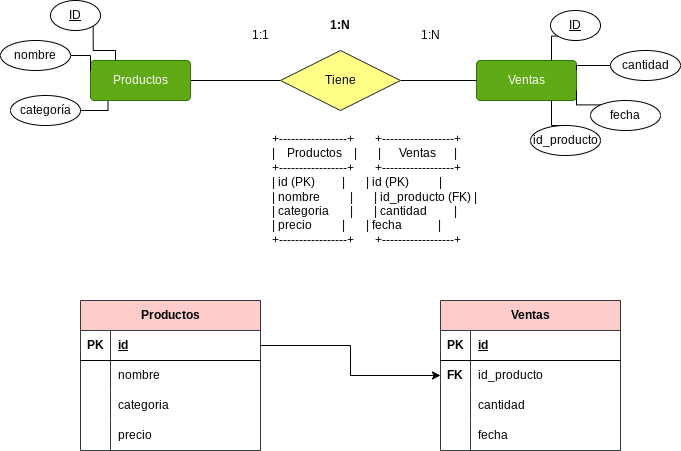
This is Unidad-4/Tareas/Tarea-4/img/productos-ventas.drawio.png from mdiogc/base-datos, a draw.io export, as it was before one commit. Source tidied: cells renumbered, new cells last; positions are measured from the earlier drawing's top-left corner, leaving out a move shared by most shapes. Source of this version:
```xml
<mxGraphModel>
  <root>
    <mxCell id="0" />
    <mxCell id="1" parent="0" />
    <mxCell id="2" value="Ventas" style="rounded=1;arcSize=10;whiteSpace=wrap;html=1;align=center;fillColor=#60a917;fontColor=#ffffff;strokeColor=#2D7600;" parent="1" vertex="1">
      <mxGeometry x="476" y="60" width="100" height="40" as="geometry" />
    </mxCell>
    <mxCell id="3" style="edgeStyle=orthogonalEdgeStyle;rounded=0;jettySize=auto;html=1;exitX=1;exitY=0.5;exitDx=0;exitDy=0;entryX=0;entryY=0.5;entryDx=0;entryDy=0;endArrow=none;endFill=0;" parent="1" edge="1" source="4" target="6">
      <mxGeometry relative="1" as="geometry" />
    </mxCell>
    <mxCell id="4" value="Productos" style="rounded=1;arcSize=10;whiteSpace=wrap;html=1;align=center;fillColor=#60a917;fontColor=#ffffff;strokeColor=#2D7600;" parent="1" vertex="1">
      <mxGeometry x="90" y="60" width="100" height="40" as="geometry" />
    </mxCell>
    <mxCell id="5" style="edgeStyle=orthogonalEdgeStyle;rounded=0;jettySize=auto;html=1;exitX=1;exitY=0.5;exitDx=0;exitDy=0;endArrow=none;endFill=0;" parent="1" edge="1" source="6" target="2">
      <mxGeometry relative="1" as="geometry" />
    </mxCell>
    <mxCell id="6" value="Tiene" style="shape=rhombus;perimeter=rhombusPerimeter;whiteSpace=wrap;html=1;align=center;fillColor=#ffff88;strokeColor=#36393d;" parent="1" vertex="1">
      <mxGeometry x="280" y="50" width="120" height="60" as="geometry" />
    </mxCell>
    <mxCell id="7" style="edgeStyle=orthogonalEdgeStyle;rounded=0;jettySize=auto;html=1;exitX=0;exitY=1;exitDx=0;exitDy=0;entryX=0.75;entryY=0;entryDx=0;entryDy=0;endArrow=none;endFill=0;" parent="1" edge="1" source="8" target="2">
      <mxGeometry relative="1" as="geometry" />
    </mxCell>
    <mxCell id="8" value="&lt;u&gt;ID&lt;/u&gt;" style="ellipse;whiteSpace=wrap;html=1;align=center;" parent="1" vertex="1">
      <mxGeometry x="550" y="10" width="50" height="30" as="geometry" />
    </mxCell>
    <mxCell id="9" value="categoría" style="ellipse;whiteSpace=wrap;html=1;align=center;" parent="1" vertex="1">
      <mxGeometry x="10" y="95" width="70" height="30" as="geometry" />
    </mxCell>
    <mxCell id="10" style="edgeStyle=orthogonalEdgeStyle;rounded=0;jettySize=auto;html=1;exitX=1;exitY=0.5;exitDx=0;exitDy=0;entryX=0;entryY=0.25;entryDx=0;entryDy=0;endArrow=none;endFill=0;" parent="1" edge="1" source="11" target="4">
      <mxGeometry relative="1" as="geometry" />
    </mxCell>
    <mxCell id="11" value="nombre" style="ellipse;whiteSpace=wrap;html=1;align=center;" parent="1" vertex="1">
      <mxGeometry y="40" width="70" height="30" as="geometry" />
    </mxCell>
    <mxCell id="12" style="edgeStyle=orthogonalEdgeStyle;rounded=0;jettySize=auto;html=1;exitX=0;exitY=0.5;exitDx=0;exitDy=0;entryX=1;entryY=0.25;entryDx=0;entryDy=0;endArrow=none;endFill=0;" parent="1" edge="1" source="13" target="2">
      <mxGeometry relative="1" as="geometry" />
    </mxCell>
    <mxCell id="13" value="cantidad" style="ellipse;whiteSpace=wrap;html=1;align=center;" parent="1" vertex="1">
      <mxGeometry x="610" y="50" width="70" height="30" as="geometry" />
    </mxCell>
    <mxCell id="14" style="edgeStyle=orthogonalEdgeStyle;rounded=0;jettySize=auto;html=1;exitX=0;exitY=0;exitDx=0;exitDy=0;entryX=1;entryY=0.75;entryDx=0;entryDy=0;endArrow=none;endFill=0;" parent="1" edge="1" source="15" target="2">
      <mxGeometry relative="1" as="geometry" />
    </mxCell>
    <mxCell id="15" value="fecha" style="ellipse;whiteSpace=wrap;html=1;align=center;" parent="1" vertex="1">
      <mxGeometry x="590" y="100" width="70" height="30" as="geometry" />
    </mxCell>
    <mxCell id="16" style="edgeStyle=orthogonalEdgeStyle;rounded=0;jettySize=auto;html=1;exitX=1;exitY=1;exitDx=0;exitDy=0;entryX=0.25;entryY=0;entryDx=0;entryDy=0;endArrow=none;endFill=0;" parent="1" edge="1" source="17" target="4">
      <mxGeometry relative="1" as="geometry" />
    </mxCell>
    <mxCell id="17" value="&lt;u&gt;ID&lt;/u&gt;" style="ellipse;whiteSpace=wrap;html=1;align=center;" parent="1" vertex="1">
      <mxGeometry x="50" width="50" height="30" as="geometry" />
    </mxCell>
    <mxCell id="18" style="edgeStyle=orthogonalEdgeStyle;rounded=0;jettySize=auto;html=1;exitX=0.5;exitY=0;exitDx=0;exitDy=0;entryX=0.75;entryY=1;entryDx=0;entryDy=0;endArrow=none;endFill=0;" parent="1" edge="1" source="19" target="2">
      <mxGeometry relative="1" as="geometry" />
    </mxCell>
    <mxCell id="19" value="id_producto" style="ellipse;whiteSpace=wrap;html=1;align=center;" parent="1" vertex="1">
      <mxGeometry x="530" y="125" width="70" height="30" as="geometry" />
    </mxCell>
    <mxCell id="20" style="edgeStyle=orthogonalEdgeStyle;rounded=0;jettySize=auto;html=1;exitX=1;exitY=0.5;exitDx=0;exitDy=0;entryX=0.175;entryY=1.021;entryDx=0;entryDy=0;entryPerimeter=0;endArrow=none;endFill=0;" parent="1" edge="1" source="9" target="4">
      <mxGeometry relative="1" as="geometry" />
    </mxCell>
    <mxCell id="21" value="1:N" style="text;html=1;strokeColor=none;fillColor=none;align=center;verticalAlign=middle;whiteSpace=wrap;rounded=0;" parent="1" vertex="1">
      <mxGeometry x="400" y="20" width="60" height="30" as="geometry" />
    </mxCell>
    <mxCell id="22" value="1:1" style="text;html=1;strokeColor=none;fillColor=none;align=center;verticalAlign=middle;whiteSpace=wrap;rounded=0;" parent="1" vertex="1">
      <mxGeometry x="230" y="20" width="60" height="30" as="geometry" />
    </mxCell>
    <mxCell id="23" value="&lt;b&gt;1:N&lt;/b&gt;" style="text;html=1;strokeColor=none;fillColor=none;align=center;verticalAlign=middle;whiteSpace=wrap;rounded=0;" parent="1" vertex="1">
      <mxGeometry x="310" y="10" width="60" height="30" as="geometry" />
    </mxCell>
    <mxCell id="24" value="+-----------------+       +------------------+&#10;|    Productos    |       |      Ventas      |&#10;+-----------------+       +------------------+&#10;| id (PK)         |       | id (PK)          |&#10;| nombre          |       | id_producto (FK) |&#10;| categoria       |       | cantidad         |&#10;| precio          |       | fecha            |&#10;+-----------------+       +------------------+" style="text;whiteSpace=wrap;" parent="1" vertex="1">
      <mxGeometry x="270" y="125" width="320" height="230" as="geometry" />
    </mxCell>
    <mxCell id="25" value="Productos" style="shape=table;startSize=30;rowLines=0;fontStyle=1;align=center;html=1;fillColor=#ffcccc;strokeColor=#36393d;" parent="1" vertex="1">
      <mxGeometry x="80" y="300" width="180" height="150" as="geometry" />
    </mxCell>
    <mxCell id="26" style="shape=tableRow;horizontal=0;startSize=0;swimlaneHead=0;swimlaneBody=0;fillColor=none;points=[[0,0.5],[1,0.5]];portConstraint=eastwest;top=0;left=0;right=0;bottom=1;" parent="25" vertex="1">
      <mxGeometry y="30" width="180" height="30" as="geometry" />
    </mxCell>
    <mxCell id="27" value="PK" style="shape=partialRectangle;fillColor=none;top=0;left=0;bottom=0;right=0;fontStyle=1;overflow=hidden;whiteSpace=wrap;html=1;" parent="26" vertex="1">
      <mxGeometry width="30" height="30" as="geometry" />
    </mxCell>
    <mxCell id="28" value="id" style="shape=partialRectangle;fillColor=none;top=0;left=0;bottom=0;right=0;align=left;spacingLeft=6;fontStyle=5;overflow=hidden;whiteSpace=wrap;html=1;" parent="26" vertex="1">
      <mxGeometry x="30" width="150" height="30" as="geometry" />
    </mxCell>
    <mxCell id="29" style="shape=tableRow;horizontal=0;startSize=0;swimlaneHead=0;swimlaneBody=0;fillColor=none;top=0;left=0;right=0;bottom=0;" parent="25" vertex="1">
      <mxGeometry y="60" width="180" height="30" as="geometry" />
    </mxCell>
    <mxCell id="30" style="shape=partialRectangle;fillColor=none;top=0;left=0;bottom=0;right=0;overflow=hidden;whiteSpace=wrap;html=1;" parent="29" vertex="1">
      <mxGeometry width="30" height="30" as="geometry" />
    </mxCell>
    <mxCell id="31" value="nombre" style="shape=partialRectangle;fillColor=none;top=0;left=0;bottom=0;right=0;align=left;spacingLeft=6;overflow=hidden;whiteSpace=wrap;html=1;" parent="29" vertex="1">
      <mxGeometry x="30" width="150" height="30" as="geometry" />
    </mxCell>
    <mxCell id="32" style="shape=tableRow;horizontal=0;startSize=0;swimlaneHead=0;swimlaneBody=0;fillColor=none;top=0;left=0;right=0;bottom=0;" parent="25" vertex="1">
      <mxGeometry y="90" width="180" height="30" as="geometry" />
    </mxCell>
    <mxCell id="33" style="shape=partialRectangle;fillColor=none;top=0;left=0;bottom=0;right=0;overflow=hidden;whiteSpace=wrap;html=1;" parent="32" vertex="1">
      <mxGeometry width="30" height="30" as="geometry" />
    </mxCell>
    <mxCell id="34" value="categoria" style="shape=partialRectangle;fillColor=none;top=0;left=0;bottom=0;right=0;align=left;spacingLeft=6;overflow=hidden;whiteSpace=wrap;html=1;" parent="32" vertex="1">
      <mxGeometry x="30" width="150" height="30" as="geometry" />
    </mxCell>
    <mxCell id="35" style="shape=tableRow;horizontal=0;startSize=0;swimlaneHead=0;swimlaneBody=0;fillColor=none;top=0;left=0;right=0;bottom=0;" parent="25" vertex="1">
      <mxGeometry y="120" width="180" height="30" as="geometry" />
    </mxCell>
    <mxCell id="36" style="shape=partialRectangle;fillColor=none;top=0;left=0;bottom=0;right=0;overflow=hidden;whiteSpace=wrap;html=1;" parent="35" vertex="1">
      <mxGeometry width="30" height="30" as="geometry" />
    </mxCell>
    <mxCell id="37" value="precio" style="shape=partialRectangle;fillColor=none;top=0;left=0;bottom=0;right=0;align=left;spacingLeft=6;overflow=hidden;whiteSpace=wrap;html=1;" parent="35" vertex="1">
      <mxGeometry x="30" width="150" height="30" as="geometry" />
    </mxCell>
    <mxCell id="38" value="Ventas" style="shape=table;startSize=30;rowLines=0;fontStyle=1;align=center;html=1;fillColor=#ffcccc;strokeColor=#36393d;" parent="1" vertex="1">
      <mxGeometry x="440" y="300" width="180" height="150" as="geometry" />
    </mxCell>
    <mxCell id="39" style="shape=tableRow;horizontal=0;startSize=0;swimlaneHead=0;swimlaneBody=0;fillColor=none;top=0;left=0;right=0;bottom=1;" parent="38" vertex="1">
      <mxGeometry y="30" width="180" height="30" as="geometry" />
    </mxCell>
    <mxCell id="40" value="PK" style="shape=partialRectangle;fillColor=none;top=0;left=0;bottom=0;right=0;fontStyle=1;overflow=hidden;whiteSpace=wrap;html=1;" parent="39" vertex="1">
      <mxGeometry width="30" height="30" as="geometry" />
    </mxCell>
    <mxCell id="41" value="id" style="shape=partialRectangle;fillColor=none;top=0;left=0;bottom=0;right=0;align=left;spacingLeft=6;fontStyle=5;overflow=hidden;whiteSpace=wrap;html=1;" parent="39" vertex="1">
      <mxGeometry x="30" width="150" height="30" as="geometry" />
    </mxCell>
    <mxCell id="42" style="shape=tableRow;horizontal=0;startSize=0;swimlaneHead=0;swimlaneBody=0;fillColor=none;points=[[0,0.5],[1,0.5]];portConstraint=eastwest;top=0;left=0;right=0;bottom=0;" parent="38" vertex="1">
      <mxGeometry y="60" width="180" height="30" as="geometry" />
    </mxCell>
    <mxCell id="43" value="&lt;b&gt;FK&lt;/b&gt;" style="shape=partialRectangle;fillColor=none;top=0;left=0;bottom=0;right=0;overflow=hidden;whiteSpace=wrap;html=1;" parent="42" vertex="1">
      <mxGeometry width="30" height="30" as="geometry" />
    </mxCell>
    <mxCell id="44" value="id_producto" style="shape=partialRectangle;fillColor=none;top=0;left=0;bottom=0;right=0;align=left;spacingLeft=6;overflow=hidden;whiteSpace=wrap;html=1;" parent="42" vertex="1">
      <mxGeometry x="30" width="150" height="30" as="geometry" />
    </mxCell>
    <mxCell id="45" style="shape=tableRow;horizontal=0;startSize=0;swimlaneHead=0;swimlaneBody=0;fillColor=none;top=0;left=0;right=0;bottom=0;" parent="38" vertex="1">
      <mxGeometry y="90" width="180" height="30" as="geometry" />
    </mxCell>
    <mxCell id="46" style="shape=partialRectangle;fillColor=none;top=0;left=0;bottom=0;right=0;overflow=hidden;whiteSpace=wrap;html=1;" parent="45" vertex="1">
      <mxGeometry width="30" height="30" as="geometry" />
    </mxCell>
    <mxCell id="47" value="cantidad" style="shape=partialRectangle;fillColor=none;top=0;left=0;bottom=0;right=0;align=left;spacingLeft=6;overflow=hidden;whiteSpace=wrap;html=1;" parent="45" vertex="1">
      <mxGeometry x="30" width="150" height="30" as="geometry" />
    </mxCell>
    <mxCell id="48" style="shape=tableRow;horizontal=0;startSize=0;swimlaneHead=0;swimlaneBody=0;fillColor=none;top=0;left=0;right=0;bottom=0;" parent="38" vertex="1">
      <mxGeometry y="120" width="180" height="30" as="geometry" />
    </mxCell>
    <mxCell id="49" style="shape=partialRectangle;fillColor=none;top=0;left=0;bottom=0;right=0;overflow=hidden;whiteSpace=wrap;html=1;" parent="48" vertex="1">
      <mxGeometry width="30" height="30" as="geometry" />
    </mxCell>
    <mxCell id="50" value="fecha" style="shape=partialRectangle;fillColor=none;top=0;left=0;bottom=0;right=0;align=left;spacingLeft=6;overflow=hidden;whiteSpace=wrap;html=1;" parent="48" vertex="1">
      <mxGeometry x="30" width="150" height="30" as="geometry" />
    </mxCell>
    <mxCell id="51" style="edgeStyle=orthogonalEdgeStyle;rounded=0;jettySize=auto;html=1;exitX=1;exitY=0.5;exitDx=0;exitDy=0;entryX=0;entryY=0.5;entryDx=0;entryDy=0;" parent="1" edge="1" source="26" target="42">
      <mxGeometry relative="1" as="geometry" />
    </mxCell>
  </root>
</mxGraphModel>
```
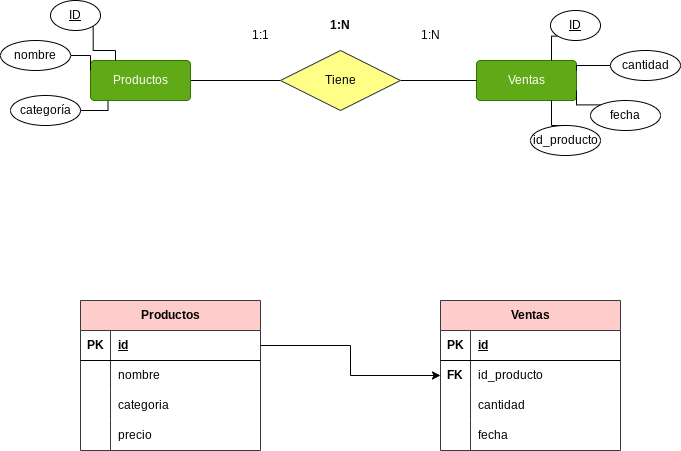
Above is the later version.

Diff of the diagram source:
```diff
@@ -68,9 +68,6 @@
     <mxCell id="23" value="&lt;b&gt;1:N&lt;/b&gt;" style="text;html=1;strokeColor=none;fillColor=none;align=center;verticalAlign=middle;whiteSpace=wrap;rounded=0;" parent="1" vertex="1">
       <mxGeometry x="310" y="10" width="60" height="30" as="geometry" />
     </mxCell>
-    <mxCell id="24" value="+-----------------+       +------------------+&#10;|    Productos    |       |      Ventas      |&#10;+-----------------+       +------------------+&#10;| id (PK)         |       | id (PK)          |&#10;| nombre          |       | id_producto (FK) |&#10;| categoria       |       | cantidad         |&#10;| precio          |       | fecha            |&#10;+-----------------+       +------------------+" style="text;whiteSpace=wrap;" parent="1" vertex="1">
-      <mxGeometry x="270" y="125" width="320" height="230" as="geometry" />
-    </mxCell>
     <mxCell id="25" value="Productos" style="shape=table;startSize=30;rowLines=0;fontStyle=1;align=center;html=1;fillColor=#ffcccc;strokeColor=#36393d;" parent="1" vertex="1">
       <mxGeometry x="80" y="300" width="180" height="150" as="geometry" />
     </mxCell>
```
